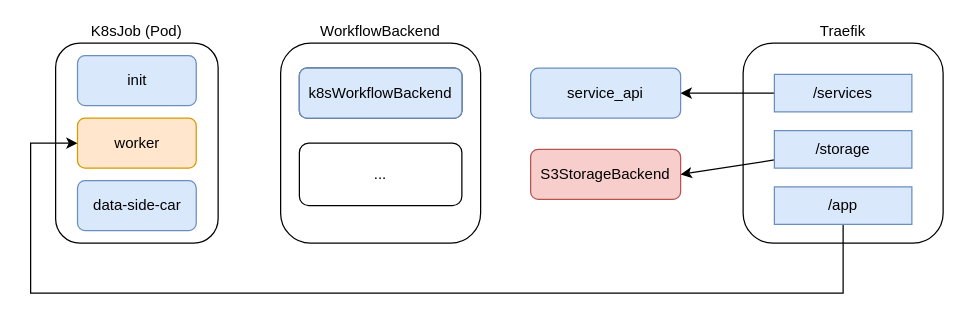
reisman234/workflow-api keeps this draw.io diagram as page "workflow-api" (1 of 2) of docs/middlelayer-service-api.drawio. Above is the earlier version. Source tidied: cells renumbered, new cells numbered last; positions are measured from the earlier drawing's top-left corner, leaving out a move shared by most shapes. Both pictures are drawn from the tidied source at 125%, with x=0, y=0 at pixel (30, 42).
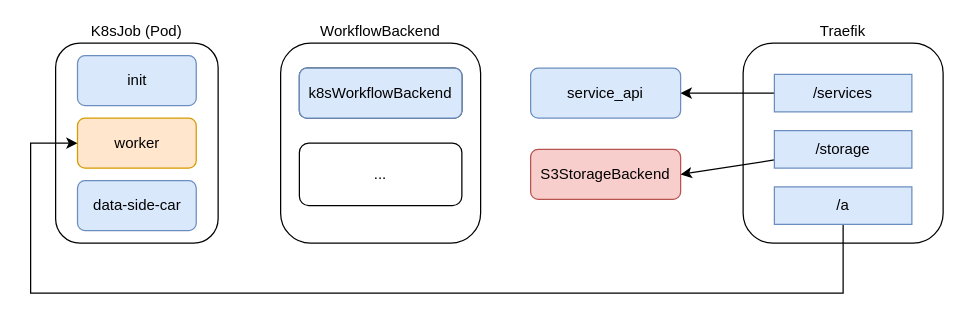
After the change.

The edit, as a diff of the source:
```diff
@@
-    <mxCell id="18" value="/app" style="rounded=0;whiteSpace=wrap;html=1;fillColor=#dae8fc;strokeColor=#6c8ebf;" parent="1" vertex="1">
+    <mxCell id="18" value="/a" style="rounded=0;whiteSpace=wrap;html=1;fillColor=#dae8fc;strokeColor=#6c8ebf;" parent="1" vertex="1">
       <mxGeometry x="595" y="115" width="110" height="30" as="geometry" />
     </mxCell>
```
